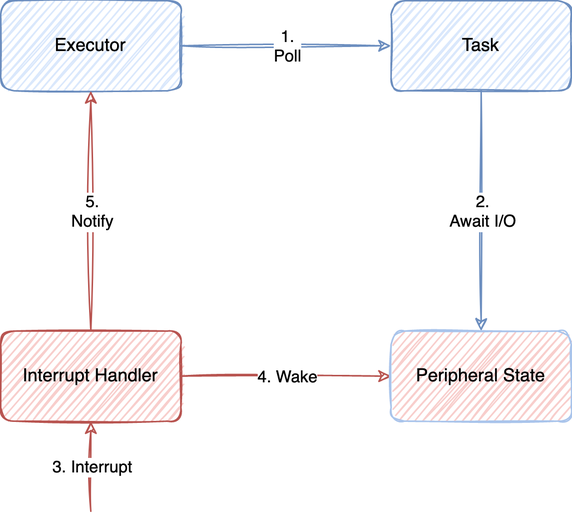
embassy-rs/embassy keeps this draw.io diagram as docs/images/embassy_irq.png. Above is the earlier version. Source tidied: cells renumbered, new cells last; positions are measured from the earlier drawing's top-left corner, leaving out a move shared by most shapes. Source of this version:
```xml
<mxGraphModel>
  <root>
    <mxCell id="0" />
    <mxCell id="1" parent="0" />
    <mxCell id="2" value="Executor" style="rounded=1;whiteSpace=wrap;html=1;sketch=1;fillColor=#dae8fc;strokeColor=#6c8ebf;" parent="1" vertex="1">
      <mxGeometry width="120" height="60" as="geometry" />
    </mxCell>
    <mxCell id="3" value="Task" style="rounded=1;whiteSpace=wrap;html=1;sketch=1;fillColor=#dae8fc;strokeColor=#6c8ebf;" parent="1" vertex="1">
      <mxGeometry x="260" width="120" height="60" as="geometry" />
    </mxCell>
    <mxCell id="4" style="endArrow=classic;html=1;rounded=0;sketch=1;fillColor=#dae8fc;strokeColor=#6c8ebf;" parent="1" edge="1" source="2" target="3">
      <mxGeometry relative="1" as="geometry" />
    </mxCell>
    <mxCell id="5" value="1. &lt;br&gt;&lt;div&gt;Poll&lt;/div&gt;" style="edgeLabel;html=1;align=center;verticalAlign=middle;sketch=1;" parent="4" vertex="1">
      <mxGeometry relative="1" as="geometry" />
    </mxCell>
    <mxCell id="6" value="Interrupt Handler" style="rounded=1;whiteSpace=wrap;html=1;sketch=1;fillColor=#f8cecc;strokeColor=#b85450;" parent="1" vertex="1">
      <mxGeometry y="220" width="120" height="60" as="geometry" />
    </mxCell>
    <mxCell id="7" style="endArrow=classic;html=1;rounded=0;sketch=1;fillColor=#f8cecc;strokeColor=#b85450;" parent="1" edge="1" source="6" target="2">
      <mxGeometry relative="1" as="geometry" />
    </mxCell>
    <mxCell id="8" value="5. &lt;br&gt;&lt;div&gt;Notify&lt;/div&gt;" style="edgeLabel;html=1;align=center;verticalAlign=middle;sketch=1;" parent="7" vertex="1">
      <mxGeometry relative="1" as="geometry" />
    </mxCell>
    <mxCell id="9" style="endArrow=classic;html=1;rounded=0;sketch=1;fillColor=#f8cecc;strokeColor=#b85450;" parent="1" edge="1" source="6" target="11">
      <mxGeometry relative="1" as="geometry" />
    </mxCell>
    <mxCell id="10" value="4. Wake" style="edgeLabel;html=1;align=center;verticalAlign=middle;sketch=1;" parent="9" vertex="1">
      <mxGeometry relative="1" as="geometry" />
    </mxCell>
    <mxCell id="11" value="Peripheral State" style="rounded=1;whiteSpace=wrap;html=1;sketch=1;fillColor=#f8cecc;strokeColor=#A9C4EB;gradientColor=#ffffff;fillStyle=hachure;gradientDirection=west;" parent="1" vertex="1">
      <mxGeometry x="260" y="220" width="120" height="60" as="geometry" />
    </mxCell>
    <mxCell id="12" style="endArrow=classic;html=1;rounded=0;sketch=1;fillColor=#dae8fc;strokeColor=#6c8ebf;" parent="1" edge="1" source="3" target="11">
      <mxGeometry relative="1" as="geometry" />
    </mxCell>
    <mxCell id="13" value="2. &lt;br&gt;&lt;div&gt;Await I/O&lt;/div&gt;" style="edgeLabel;html=1;align=center;verticalAlign=middle;sketch=1;" parent="12" vertex="1">
      <mxGeometry relative="1" as="geometry" />
    </mxCell>
    <mxCell id="14" style="endArrow=classic;html=1;rounded=0;sketch=1;fillColor=#f8cecc;strokeColor=#b85450;" parent="1" edge="1" target="6">
      <mxGeometry relative="1" as="geometry">
        <mxPoint x="60" y="340" as="sourcePoint" />
      </mxGeometry>
    </mxCell>
    <mxCell id="15" value="3. Interrupt" style="edgeLabel;html=1;align=center;verticalAlign=middle;sketch=1;" parent="14" vertex="1">
      <mxGeometry relative="1" as="geometry" />
    </mxCell>
  </root>
</mxGraphModel>
```
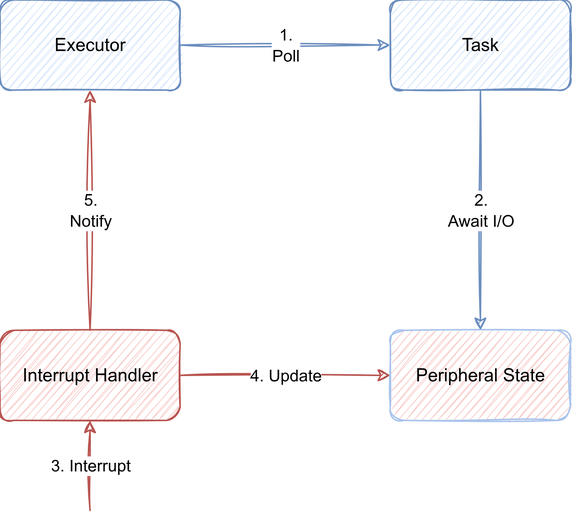
After the change.

Commit message:
update embassy IRQ diagram

What changed in the source:
```diff
@@ -26,7 +26,7 @@
     <mxCell id="9" style="endArrow=classic;html=1;rounded=0;sketch=1;fillColor=#f8cecc;strokeColor=#b85450;" parent="1" edge="1" source="6" target="11">
       <mxGeometry relative="1" as="geometry" />
     </mxCell>
-    <mxCell id="10" value="4. Wake" style="edgeLabel;html=1;align=center;verticalAlign=middle;sketch=1;" parent="9" vertex="1">
+    <mxCell id="10" value="4. Update" style="edgeLabel;html=1;align=center;verticalAlign=middle;sketch=1;" parent="9" vertex="1">
       <mxGeometry relative="1" as="geometry" />
     </mxCell>
     <mxCell id="11" value="Peripheral State" style="rounded=1;whiteSpace=wrap;html=1;sketch=1;fillColor=#f8cecc;strokeColor=#A9C4EB;gradientColor=#ffffff;fillStyle=hachure;gradientDirection=west;" parent="1" vertex="1">
```
